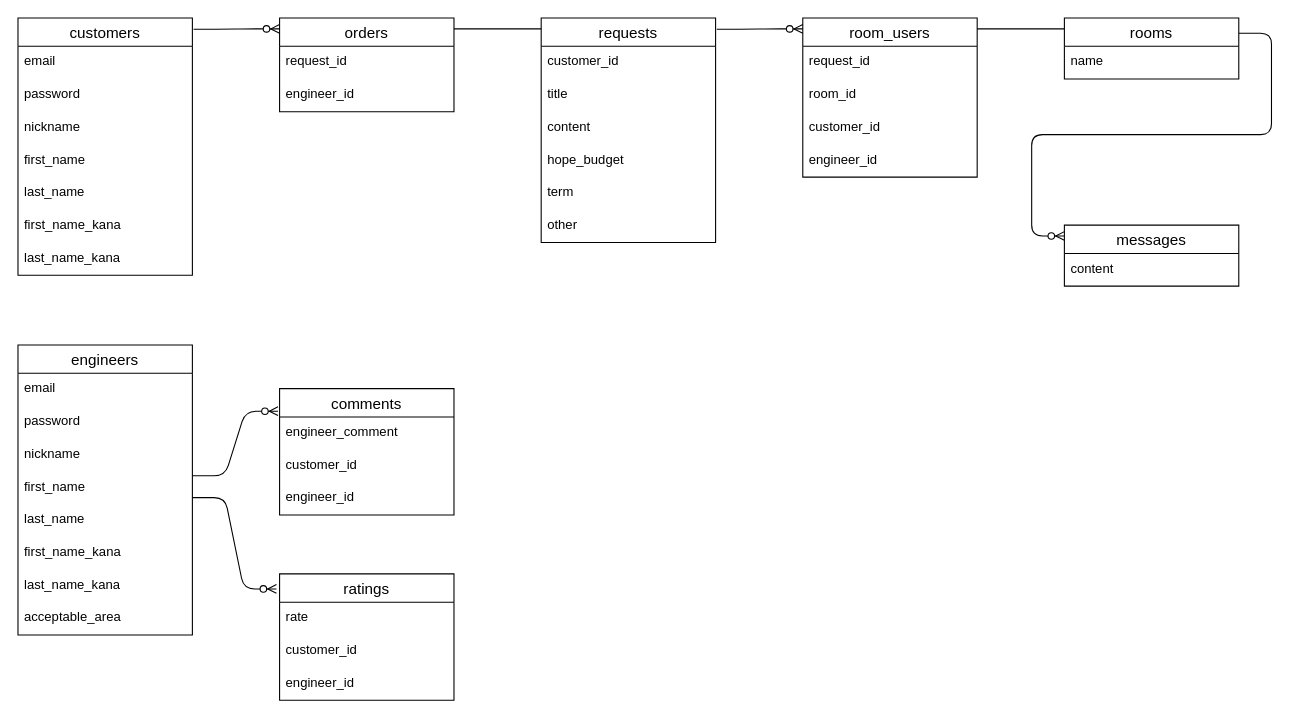
Earlier version of the draw.io diagram er.dio (ikun2019/exece_bridge). Source tidied: cells renumbered, new cells numbered last; positions are measured from the earlier drawing's top-left corner, leaving out a move shared by most shapes. Both pictures are drawn from the tidied source at 109%, with x=0, y=0 at pixel (17, 17).
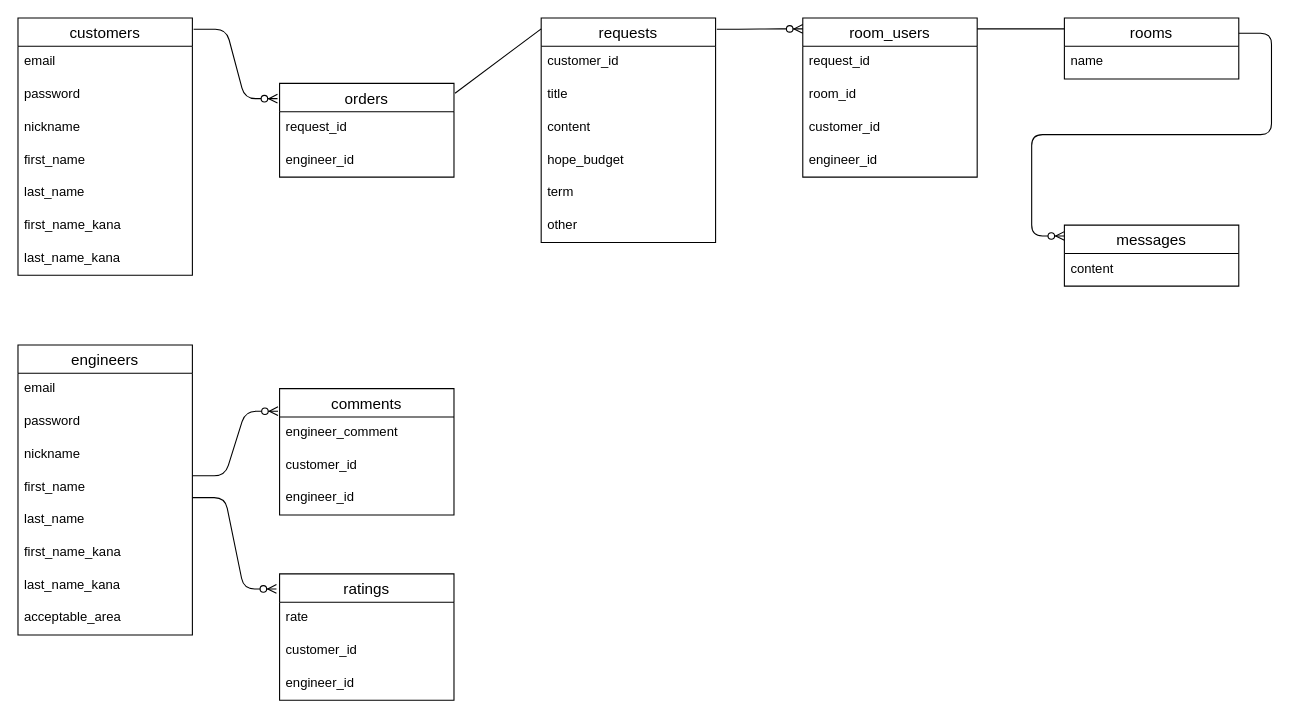
Above is the later version.

What changed in the source:
```diff
@@
-    <mxCell id="44" style="edgeStyle=entityRelationEdgeStyle;fontSize=12;html=1;endArrow=ERzeroToMany;endFill=1;entryX=-0.007;entryY=0.174;entryDx=0;entryDy=0;entryPerimeter=0;" parent="1" edge="1">
+    <mxCell id="44" style="edgeStyle=entityRelationEdgeStyle;fontSize=12;html=1;endArrow=ERzeroToMany;endFill=1;entryX=-0.012;entryY=0.163;entryDx=0;entryDy=0;entryPerimeter=0;" parent="1" edge="1" target="48">
       <mxGeometry relative="1" as="geometry">
         <mxPoint x="161.1" y="10.3" as="sourcePoint" />
-        <mxPoint x="240" y="10" as="targetPoint" />
       </mxGeometry>
     </mxCell>
@@
     <mxCell id="48" value="orders" style="swimlane;fontStyle=0;horizontal=1;startSize=26;align=center;fontSize=14;" parent="1" vertex="1">
-      <mxGeometry x="240" width="160" height="86" as="geometry" />
+      <mxGeometry x="240" y="60" width="160" height="86" as="geometry" />
     </mxCell>
@@
-    <mxCell id="51" style="endArrow=none;html=1;rounded=0;" parent="1" edge="1">
+    <mxCell id="51" style="endArrow=none;html=1;rounded=0;exitX=1.006;exitY=0.105;exitDx=0;exitDy=0;exitPerimeter=0;" parent="1" edge="1" source="48">
       <mxGeometry relative="1" as="geometry">
-        <mxPoint x="400" y="10" as="sourcePoint" />
         <mxPoint x="480" y="10" as="targetPoint" />
       </mxGeometry>
     </mxCell>
```
